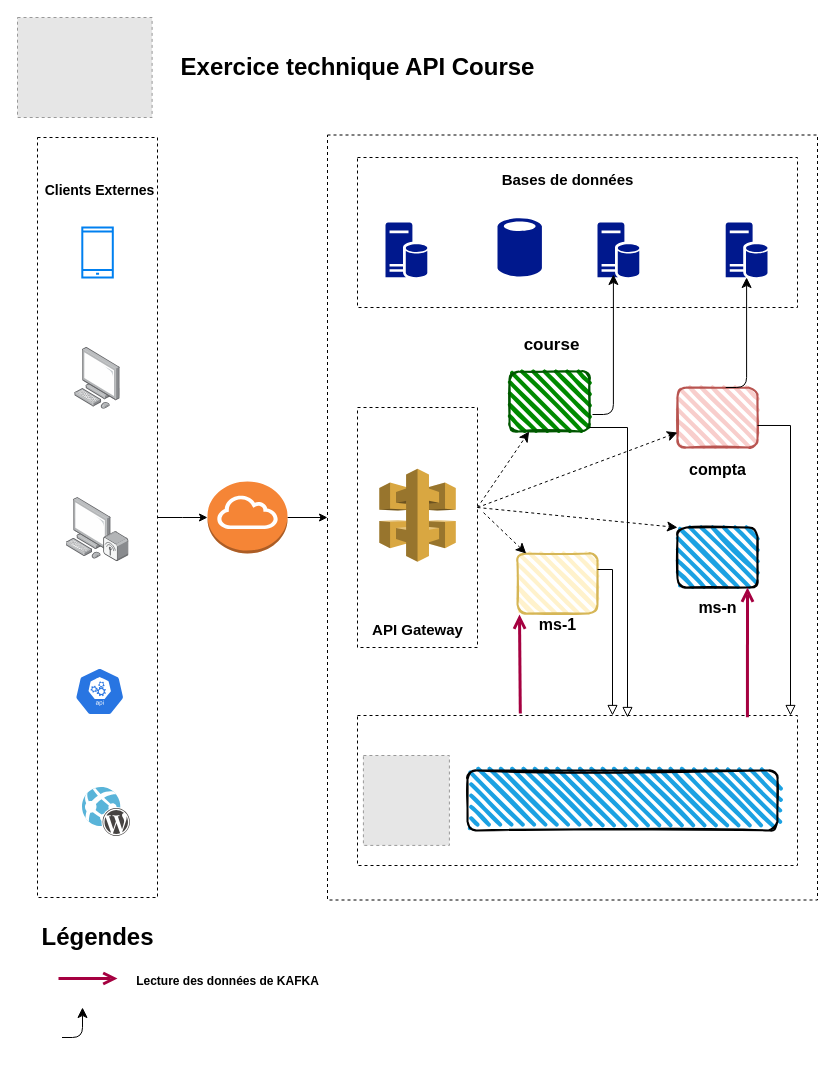
This is Diagramme sans nom.drawio from jcmbeng/tutogit, a draw.io file, before an edit. Source tidied: cells renumbered, new cells numbered last; positions are measured from the earlier drawing's top-left corner, leaving out a move shared by most shapes. Both pictures are drawn from the tidied source at 100%, with x=0, y=0 at pixel (17, 17). Pictures stored in the file or linked from it are replaced by grey dashed boxes.
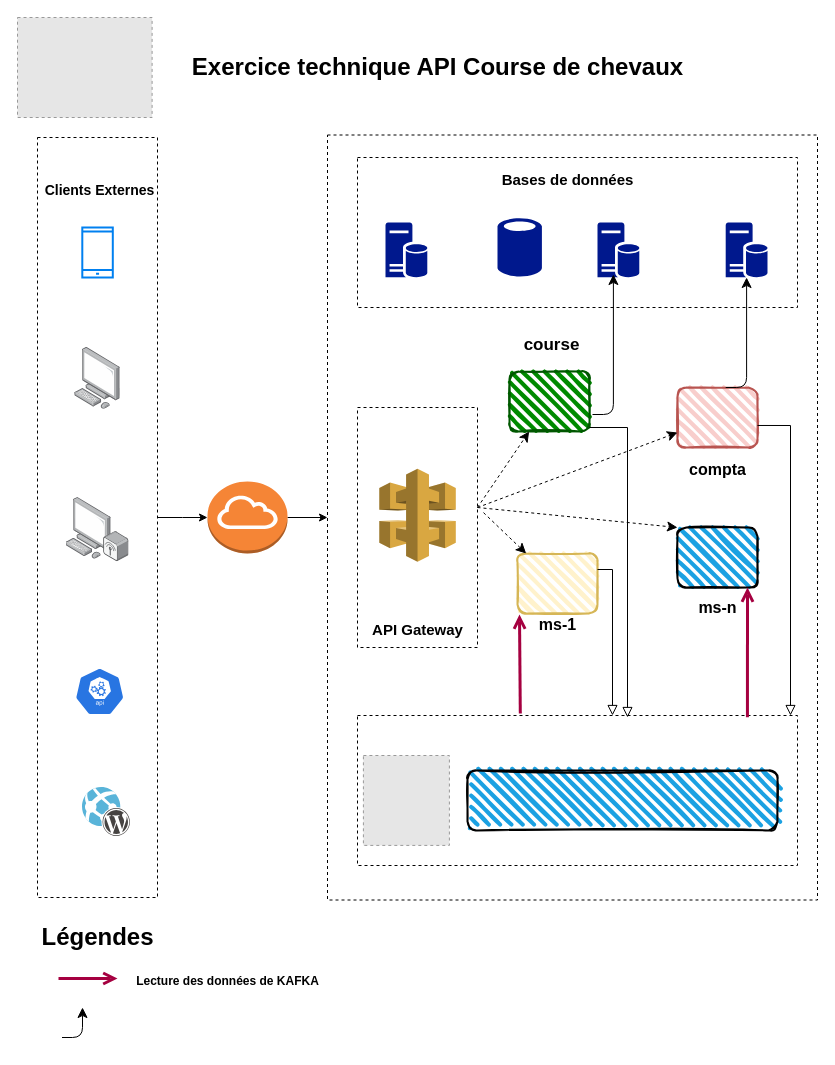
Above is the later version.

Commit message (it also covers changes not shown here):
Mettre à jour Diagramme sans nom.drawio

Diff of the diagram source:
```diff
@@
-    <mxCell id="49" value="Exercice technique API Course" style="text;strokeColor=none;fillColor=none;html=1;fontSize=24;fontStyle=1;verticalAlign=middle;align=center;" parent="1" vertex="1">
-      <mxGeometry x="290" y="30" width="100" height="40" as="geometry" />
+    <mxCell id="49" value="Exercice technique API Course de chevaux" style="text;strokeColor=none;fillColor=none;html=1;fontSize=24;fontStyle=1;verticalAlign=middle;align=center;" parent="1" vertex="1">
+      <mxGeometry x="370" y="30" width="100" height="40" as="geometry" />
     </mxCell>
```
